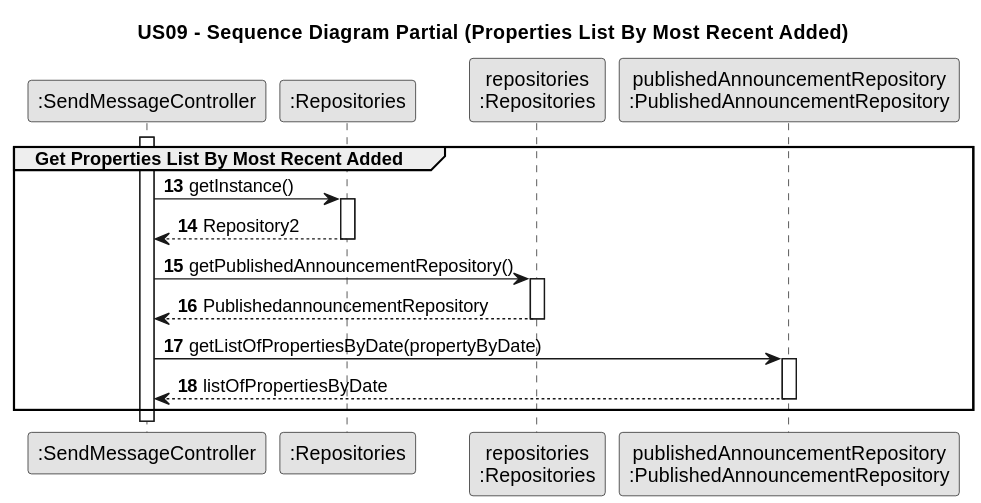
Before: docs/sprintD/US09/03.design/svg/us09-sequence-diagram-partial-get-properties-list-by-most-recent-added.svg, a diagram exported from PlantUML (PureNimble/ISEP-LAPR2). Its diagram source:
```plantuml
@startuml
skinparam monochrome true
skinparam packageStyle rectangle
skinparam shadowing false

title US09 - Sequence Diagram Partial (Properties List By Most Recent Added)

autonumber 13

participant ":SendMessageController" as CTRL
participant ":Repositories" as Repository
participant "repositories\n:Repositories" as Repository2
participant "publishedAnnouncementRepository\n:PublishedAnnouncementRepository" as publish

group Get Properties List By Most Recent Added
activate CTRL
CTRL -> Repository: getInstance()
            activate Repository

            Repository --> CTRL: Repository2
            deactivate Repository

            CTRL -> Repository2: getPublishedAnnouncementRepository()
            activate Repository2

            Repository2 --> CTRL:PublishedannouncementRepository
            deactivate Repository2

            CTRL -> publish:getListOfPropertiesByDate(propertyByDate)
            activate publish

            publish --> CTRL:listOfPropertiesByDate
            deactivate publish
end
@enduml
```
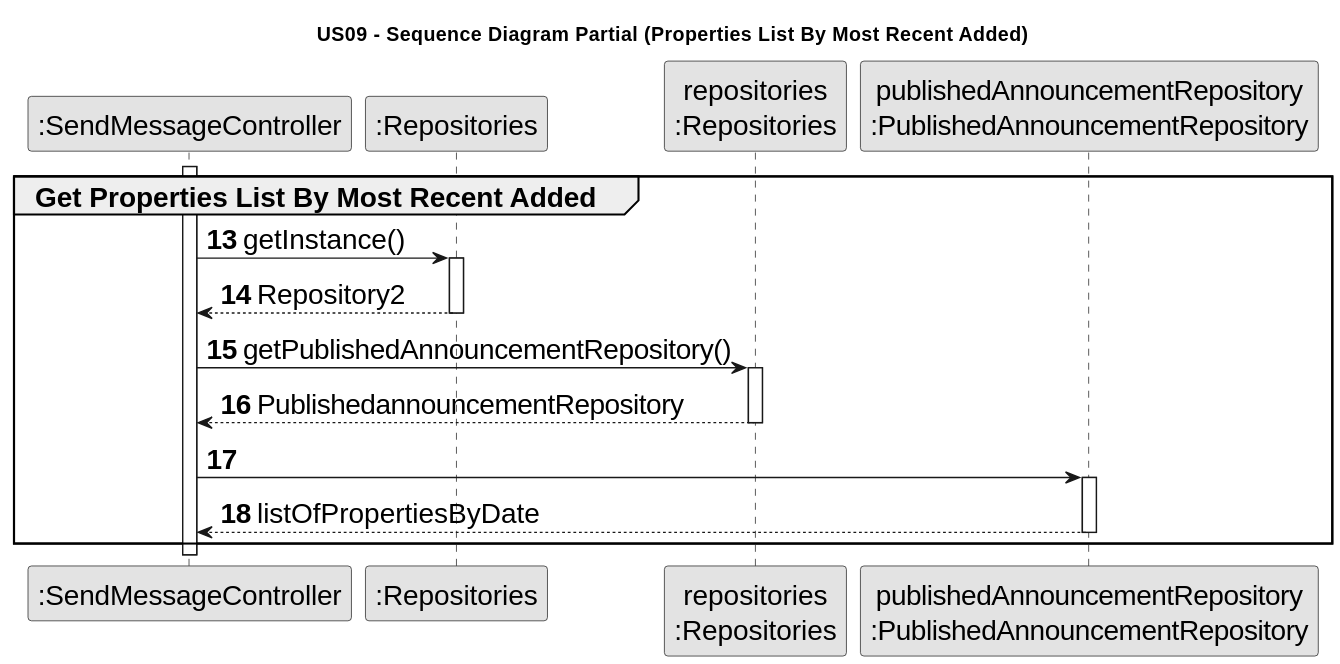
After the change.

Change to the diagram source:
```diff
@@ -1,4 +1,5 @@
 @startuml
+skinparamlocked defaultFontSize 20
 skinparam monochrome true
 skinparam packageStyle rectangle
 skinparam shadowing false
@@ -26,7 +27,8 @@
             Repository2 --> CTRL:PublishedannouncementRepository
             deactivate Repository2
 
-            CTRL -> publish:getListOfPropertiesByDate(propertyByDate)
+            CTRL -> publish:
+
             activate publish
 
             publish --> CTRL:listOfPropertiesByDate
```
